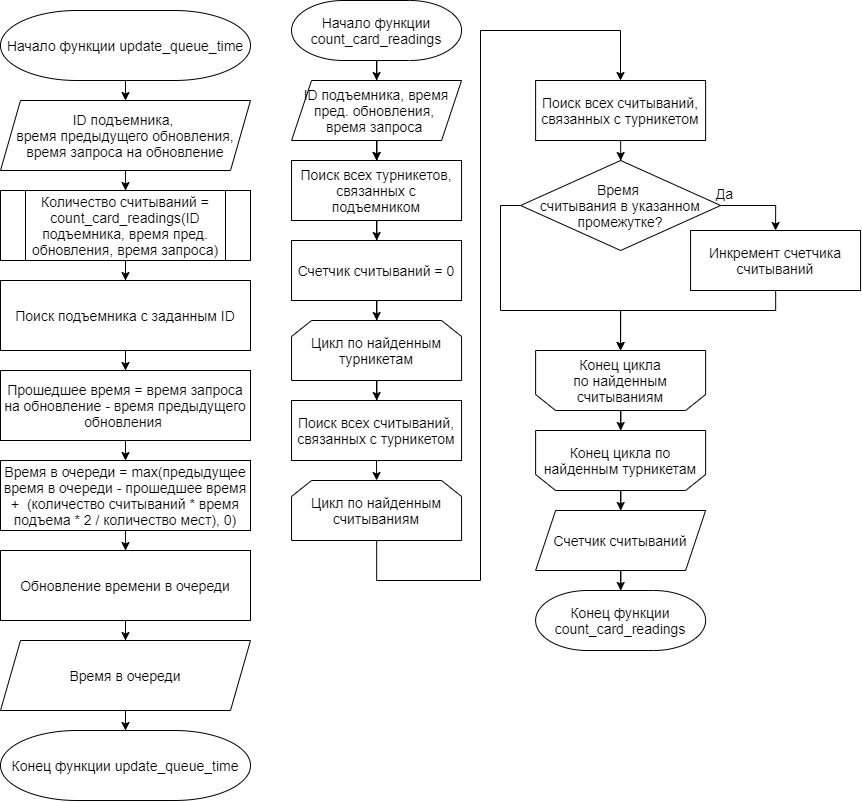
This is docs/imgs/function.png from alena-zayts/BMSTU_6sem_software_design, a draw.io export, as it was before one commit. Source tidied: cells renumbered, new cells last; positions are measured from the earlier drawing's top-left corner, leaving out a move shared by most shapes.
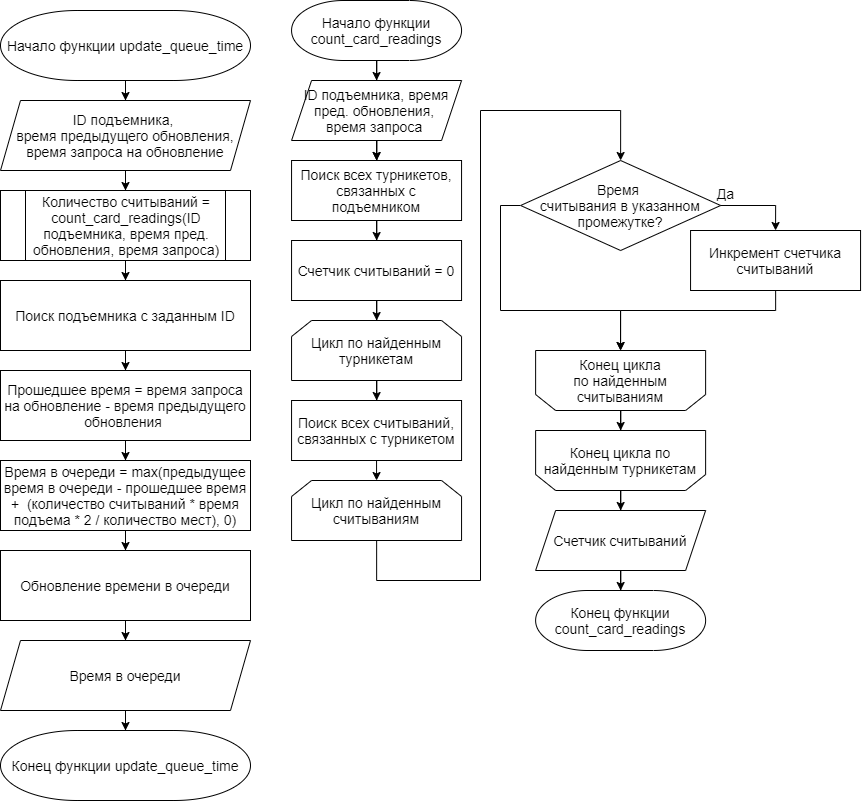
After the change.

Change to the diagram source:
```diff
@@ -79,13 +79,13 @@
     <mxCell id="21" value="Поиск всех считываний, связанных с турникетом" style="rounded=0;whiteSpace=wrap;strokeWidth=1;fontFamily=Helvetica;fontSize=14;fontStyle=0;" parent="1" vertex="1">
       <mxGeometry x="291.1" y="400" width="170" height="60" as="geometry" />
     </mxCell>
-    <mxCell id="22" style="edgeStyle=orthogonalEdgeStyle;rounded=0;jettySize=auto;html=1;fontSize=14;" parent="1" edge="1" source="23" target="27">
+    <mxCell id="22" style="edgeStyle=orthogonalEdgeStyle;rounded=0;jettySize=auto;html=1;fontSize=14;entryX=0.5;entryY=0;entryDx=0;entryDy=0;" parent="1" edge="1" source="23" target="15">
       <mxGeometry relative="1" as="geometry">
         <Array as="points">
           <mxPoint x="376" y="580" />
           <mxPoint x="480" y="580" />
-          <mxPoint x="480" y="30" />
-          <mxPoint x="620" y="30" />
+          <mxPoint x="480" y="110" />
+          <mxPoint x="620" y="110" />
         </Array>
       </mxGeometry>
     </mxCell>
@@ -98,12 +98,6 @@
     <mxCell id="25" value="&lt;span style=&quot;font-size: 14px&quot;&gt;Конец цикла по&amp;nbsp;&lt;/span&gt;найденным считываниям" style="shape=loopLimit;whiteSpace=wrap;html=1;strokeWidth=1;direction=west;fontSize=14;" parent="1" vertex="1">
       <mxGeometry x="535.1" y="350" width="170" height="60" as="geometry" />
     </mxCell>
-    <mxCell id="26" style="edgeStyle=orthogonalEdgeStyle;rounded=0;jettySize=auto;html=1;fontSize=14;" parent="1" edge="1" source="27" target="15">
-      <mxGeometry relative="1" as="geometry" />
-    </mxCell>
-    <mxCell id="27" value="Поиск всех считываний, связанных с турникетом" style="rounded=0;whiteSpace=wrap;strokeWidth=1;fontFamily=Helvetica;fontSize=14;fontStyle=0;" parent="1" vertex="1">
-      <mxGeometry x="535.1" y="80" width="170" height="60" as="geometry" />
-    </mxCell>
     <mxCell id="28" style="edgeStyle=orthogonalEdgeStyle;rounded=0;jettySize=auto;html=1;fontSize=14;" parent="1" edge="1" source="29" target="30">
       <mxGeometry relative="1" as="geometry" />
     </mxCell>
```
